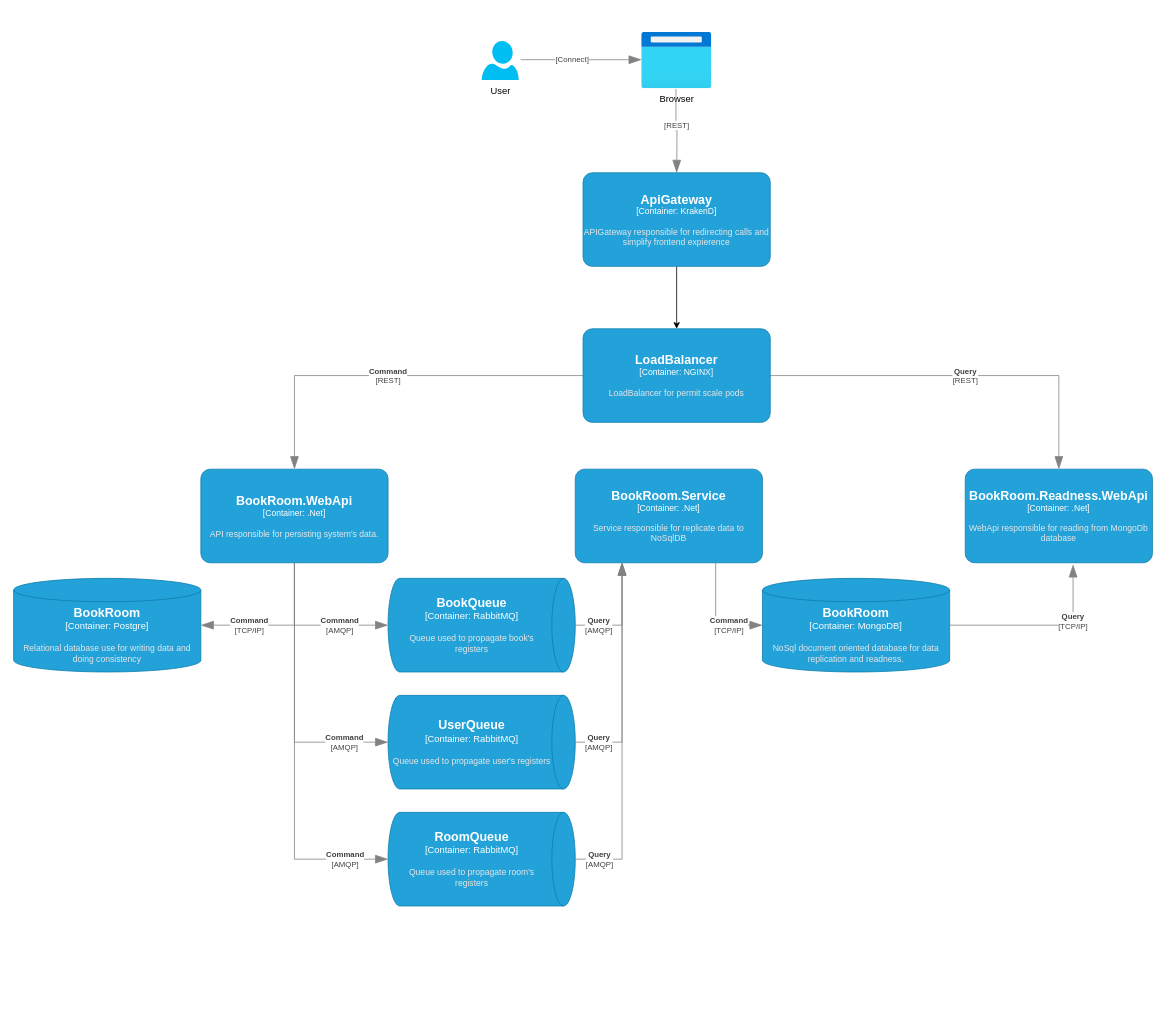
This is doc/BookRoomDiagram.drawio from dynagita/book_room, a draw.io file, before an edit. Source tidied: cells renumbered, new cells numbered last; positions are measured from the earlier drawing's top-left corner, leaving out a move shared by most shapes. Both pictures are drawn from the tidied source at 78%, with x=0, y=0 at pixel (13, 32).
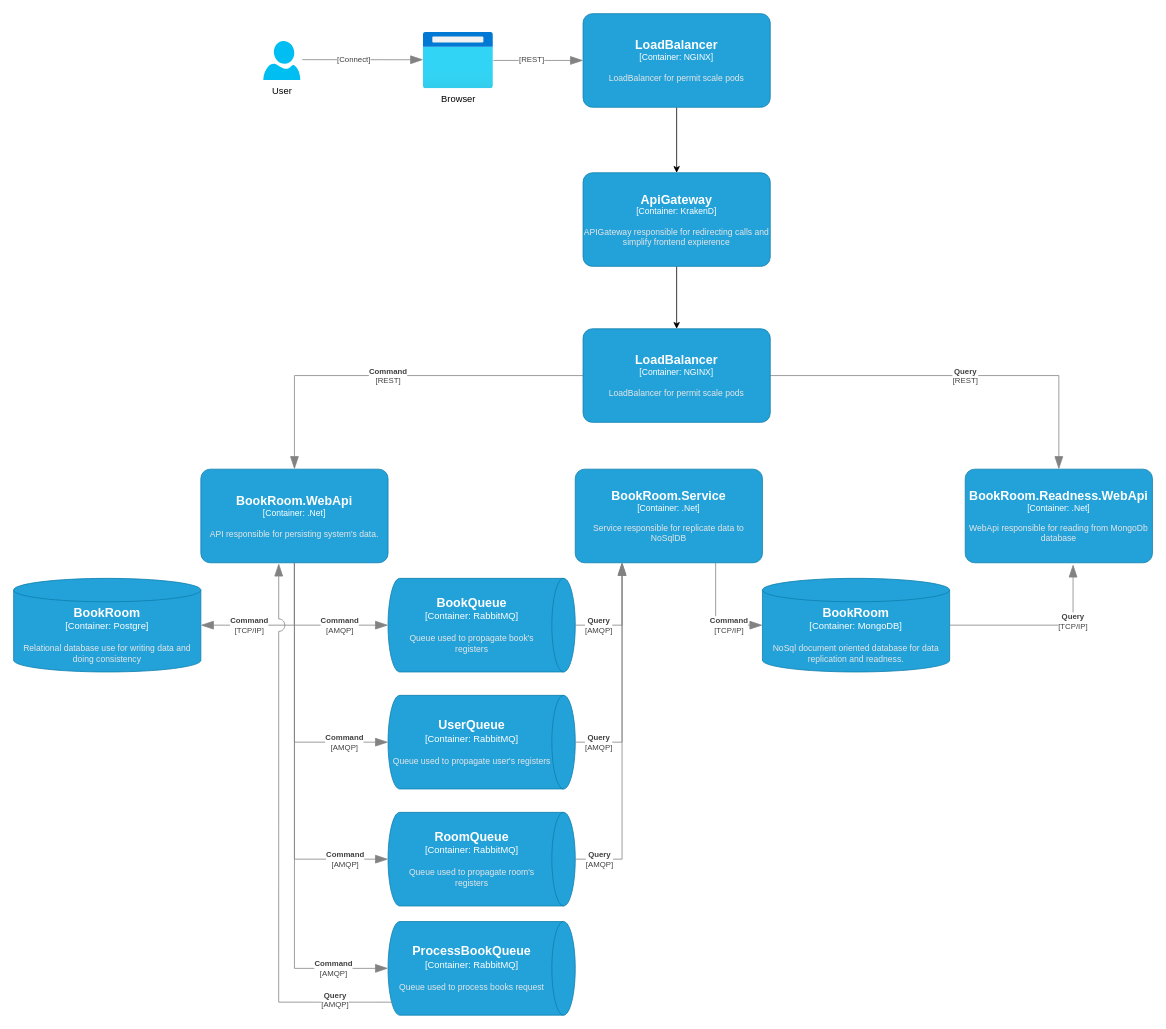
After the change.

The change refers to these unchanged cells:
```xml
<object id="4" label="&lt;font style=&quot;font-size: 16px&quot;&gt;&lt;b&gt;%c4Name%&lt;/b&gt;&lt;/font&gt;&lt;div&gt;[%c4Type%: %c4Technology%]&lt;/div&gt;&lt;br&gt;&lt;div&gt;&lt;font style=&quot;font-size: 11px&quot;&gt;&lt;font color=&quot;#E6E6E6&quot;&gt;%c4Description%&lt;/font&gt;&lt;/div&gt;" c4Description="API responsible for persisting system's data." c4Name="BookRoom.WebApi" c4Technology=".Net" c4Type="Container" placeholders="1">
  <mxCell style="rounded=1;whiteSpace=wrap;html=1;fontSize=11;labelBackgroundColor=none;fillColor=#23A2D9;fontColor=#ffffff;align=center;arcSize=10;strokeColor=#0E7DAD;points=[[0.25,0,0],[0.5,0,0],[0.75,0,0],[1,0.25,0],[1,0.5,0],[1,0.75,0],[0.75,1,0],[0.5,1,0],[0.25,1,0],[0,0.75,0],[0,0.5,0],[0,0.25,0]];" parent="1" vertex="1">
    <mxGeometry x="240" y="560" width="240" height="120" as="geometry" />
  </mxCell>
</object>
<object id="19" label="&lt;font style=&quot;font-size: 16px&quot;&gt;&lt;b&gt;%c4Name%&lt;/b&gt;&lt;/font&gt;&lt;div&gt;[%c4Type%: %c4Technology%]&lt;/div&gt;&lt;br&gt;&lt;div&gt;&lt;font style=&quot;font-size: 11px&quot;&gt;&lt;font color=&quot;#E6E6E6&quot;&gt;%c4Description%&lt;/font&gt;&lt;/div&gt;" c4Description="APIGateway responsible for redirecting calls and simplify frontend expierence" c4Name="ApiGateway" c4Technology="KrakenD" c4Type="Container" placeholders="1">
  <mxCell style="rounded=1;whiteSpace=wrap;html=1;fontSize=11;labelBackgroundColor=none;fillColor=#23A2D9;fontColor=#ffffff;align=center;arcSize=10;strokeColor=#0E7DAD;points=[[0.25,0,0],[0.5,0,0],[0.75,0,0],[1,0.25,0],[1,0.5,0],[1,0.75,0],[0.75,1,0],[0.5,1,0],[0.25,1,0],[0,0.75,0],[0,0.5,0],[0,0.25,0]];" parent="1" vertex="1">
    <mxGeometry x="730" y="180" width="240" height="120" as="geometry" />
  </mxCell>
</object>
```

The edit, as a diff of the source:
```diff
@@
     <mxCell id="24" value="Browser" style="html=1;points=[];align=center;image;fontSize=12;image=img/lib/azure2/general/Browser.svg;" parent="1" vertex="1">
-      <mxGeometry x="805" width="90" height="72" as="geometry" />
+      <mxGeometry x="525" width="90" height="72" as="geometry" />
     </mxCell>
     <object id="25" label="&lt;div style=&quot;text-align: left&quot;&gt;&lt;div style=&quot;text-align: center&quot;&gt;&lt;b&gt;%c4Description%&lt;/b&gt;&lt;/div&gt;&lt;div style=&quot;text-align: center&quot;&gt;[%c4Technology%]&lt;/div&gt;&lt;/div&gt;" c4Description="" c4Technology="REST" placeholders="1">
-      <mxCell style="endArrow=blockThin;html=1;fontSize=10;fontColor=#404040;strokeWidth=1;endFill=1;strokeColor=#828282;elbow=vertical;endSize=14;startSize=14;jumpStyle=arc;jumpSize=16;rounded=0;edgeStyle=orthogonalEdgeStyle;exitX=0.49;exitY=1.008;exitDx=0;exitDy=0;exitPerimeter=0;" parent="1" edge="1" source="24">
-        <mxGeometry x="-0.15" y="1" relative="1" as="geometry">
-          <mxPoint x="850" y="180" as="targetPoint" />
-        </mxGeometry>
+      <mxCell style="endArrow=blockThin;html=1;fontSize=10;fontColor=#404040;strokeWidth=1;endFill=1;strokeColor=#828282;elbow=vertical;endSize=14;startSize=14;jumpStyle=arc;jumpSize=16;rounded=0;edgeStyle=orthogonalEdgeStyle;" parent="1" edge="1" source="24" target="29">
+        <mxGeometry x="-0.15" y="1" relative="1" as="geometry" />
       </mxCell>
     </object>
     <mxCell id="26" value="User" style="verticalLabelPosition=bottom;html=1;verticalAlign=top;align=center;strokeColor=none;fillColor=#00BEF2;shape=mxgraph.azure.user;" parent="1" vertex="1">
-      <mxGeometry x="600" y="11" width="47.5" height="50" as="geometry" />
+      <mxGeometry x="320" y="11" width="47.5" height="50" as="geometry" />
     </mxCell>
     <object id="27" label="&lt;div style=&quot;text-align: left&quot;&gt;&lt;div style=&quot;text-align: center&quot;&gt;&lt;b&gt;%c4Description%&lt;/b&gt;&lt;/div&gt;&lt;div style=&quot;text-align: center&quot;&gt;[%c4Technology%]&lt;/div&gt;&lt;/div&gt;" c4Description="" c4Technology="Connect" placeholders="1">
       <mxCell style="endArrow=blockThin;html=1;fontSize=10;fontColor=#404040;strokeWidth=1;endFill=1;strokeColor=#828282;elbow=vertical;endSize=14;startSize=14;jumpStyle=arc;jumpSize=16;rounded=0;edgeStyle=orthogonalEdgeStyle;entryX=0;entryY=0.486;entryDx=0;entryDy=0;entryPerimeter=0;" parent="1" edge="1" target="24">
         <mxGeometry x="-0.15" y="1" relative="1" as="geometry">
-          <mxPoint x="650" y="35" as="sourcePoint" />
+          <mxPoint x="370" y="35" as="sourcePoint" />
         </mxGeometry>
       </mxCell>
     </object>
+    <mxCell id="28" style="edgeStyle=orthogonalEdgeStyle;rounded=0;jettySize=auto;html=1;entryX=0.5;entryY=0;entryDx=0;entryDy=0;entryPerimeter=0;" parent="1" edge="1" source="29" target="19">
+      <mxGeometry relative="1" as="geometry" />
+    </mxCell>
+    <object id="29" label="&lt;font style=&quot;font-size: 16px&quot;&gt;&lt;b&gt;%c4Name%&lt;/b&gt;&lt;/font&gt;&lt;div&gt;[%c4Type%: %c4Technology%]&lt;/div&gt;&lt;br&gt;&lt;div&gt;&lt;font style=&quot;font-size: 11px&quot;&gt;&lt;font color=&quot;#E6E6E6&quot;&gt;%c4Description%&lt;/font&gt;&lt;/div&gt;" c4Description="LoadBalancer for permit scale pods" c4Name="LoadBalancer" c4Technology="NGINX" c4Type="Container" placeholders="1">
+      <mxCell style="rounded=1;whiteSpace=wrap;html=1;fontSize=11;labelBackgroundColor=none;fillColor=#23A2D9;fontColor=#ffffff;align=center;arcSize=10;strokeColor=#0E7DAD;points=[[0.25,0,0],[0.5,0,0],[0.75,0,0],[1,0.25,0],[1,0.5,0],[1,0.75,0],[0.75,1,0],[0.5,1,0],[0.25,1,0],[0,0.75,0],[0,0.5,0],[0,0.25,0]];" parent="1" vertex="1">
+        <mxGeometry x="730" y="-24" width="240" height="120" as="geometry" />
+      </mxCell>
+    </object>
+    <object id="30" label="&lt;font style=&quot;font-size: 16px&quot;&gt;&lt;b&gt;%c4Type%&lt;/b&gt;&lt;/font&gt;&lt;div&gt;[%c4Container%:&amp;nbsp;%c4Technology%]&lt;/div&gt;&lt;br&gt;&lt;div&gt;&lt;font style=&quot;font-size: 11px&quot;&gt;&lt;font color=&quot;#E6E6E6&quot;&gt;%c4Description%&lt;/font&gt;&lt;/div&gt;" c4Container="Container" c4Description="Queue used to process books request" c4Technology="RabbitMQ" c4Type="ProcessBookQueue" placeholders="1">
+      <mxCell style="shape=cylinder3;size=15;direction=south;whiteSpace=wrap;html=1;boundedLbl=1;rounded=0;labelBackgroundColor=none;fillColor=#23A2D9;fontSize=12;fontColor=#ffffff;align=center;strokeColor=#0E7DAD;points=[[0.5,0,0],[1,0.25,0],[1,0.5,0],[1,0.75,0],[0.5,1,0],[0,0.75,0],[0,0.5,0],[0,0.25,0]];" parent="1" vertex="1">
+        <mxGeometry x="480" y="1140" width="240" height="120" as="geometry" />
+      </mxCell>
+    </object>
+    <object id="31" label="&lt;div style=&quot;text-align: left&quot;&gt;&lt;div style=&quot;text-align: center&quot;&gt;&lt;b&gt;%c4Description%&lt;/b&gt;&lt;/div&gt;&lt;div style=&quot;text-align: center&quot;&gt;[%c4Technology%]&lt;/div&gt;&lt;/div&gt;" c4Description="Command" c4Technology="AMQP" placeholders="1">
+      <mxCell style="endArrow=blockThin;html=1;fontSize=10;fontColor=#404040;strokeWidth=1;endFill=1;strokeColor=#828282;elbow=vertical;endSize=14;startSize=14;jumpStyle=arc;jumpSize=16;rounded=0;edgeStyle=orthogonalEdgeStyle;entryX=0.5;entryY=1;entryDx=0;entryDy=0;entryPerimeter=0;exitX=0.5;exitY=1;exitDx=0;exitDy=0;exitPerimeter=0;" parent="1" edge="1" source="4" target="30">
+        <mxGeometry x="0.78" relative="1" as="geometry" />
+      </mxCell>
+    </object>
+    <object id="32" label="&lt;div style=&quot;text-align: left&quot;&gt;&lt;div style=&quot;text-align: center&quot;&gt;&lt;b&gt;%c4Description%&lt;/b&gt;&lt;/div&gt;&lt;div style=&quot;text-align: center&quot;&gt;[%c4Technology%]&lt;/div&gt;&lt;/div&gt;" c4Description="Query" c4Technology="AMQP" placeholders="1">
+      <mxCell style="endArrow=blockThin;html=1;fontSize=10;fontColor=#404040;strokeWidth=1;endFill=1;strokeColor=#828282;elbow=vertical;endSize=14;startSize=14;jumpStyle=arc;jumpSize=16;rounded=0;edgeStyle=orthogonalEdgeStyle;exitX=0.861;exitY=0.975;exitDx=0;exitDy=0;exitPerimeter=0;entryX=0.416;entryY=1.008;entryDx=0;entryDy=0;entryPerimeter=0;" parent="1" edge="1" source="30" target="4">
+        <mxGeometry x="-0.79" y="-3" relative="1" as="geometry">
+          <Array as="points">
+            <mxPoint x="340" y="1243" />
+          </Array>
+        </mxGeometry>
+      </mxCell>
+    </object>
```
